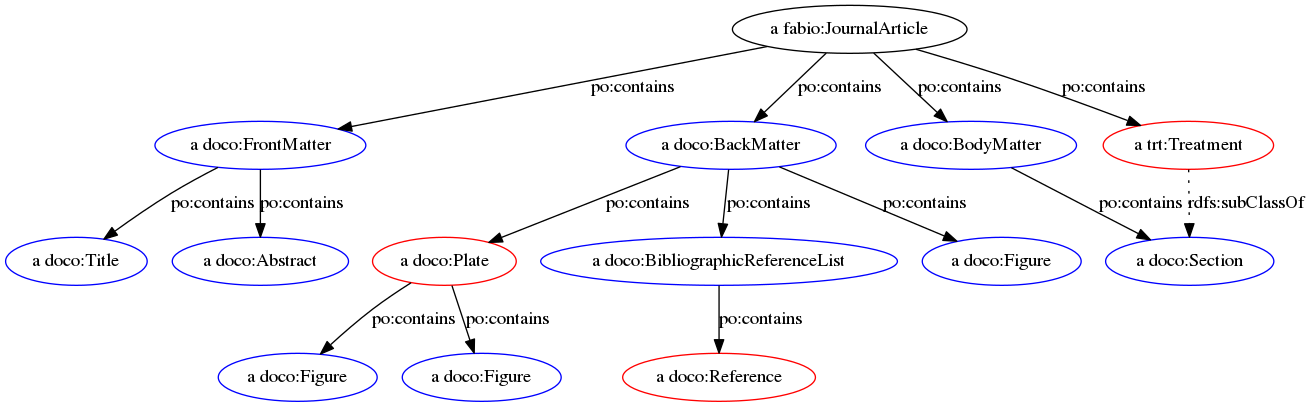
pensoft/OpenBiodiv keeps this Graphviz diagram as graphviz/article.png. Above is the earlier version. Its source is kept beside it as graphviz/article.gv.
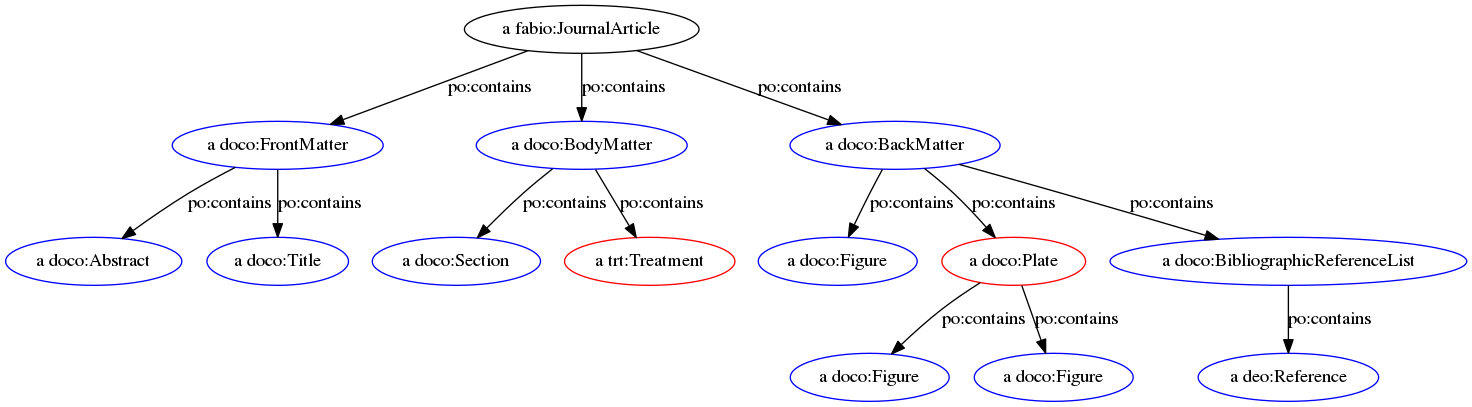
The same diagram one commit later.

Diff of the diagram source:
```diff
@@ -15,7 +15,7 @@
 abstract1[color=blue, label="a doco:Abstract"];
 title1[color=blue, label="a doco:Title"];
 reference_list1[color=blue, label="a doco:BibliographicReferenceList"];
-reference1[color=red, label="a doco:Reference"];
+reference1[color=blue, label="a deo:Reference"];
 section1[color=blue, label="a doco:Section"];
 
 treatment1 [color=red,label="a trt:Treatment"];
@@ -26,7 +26,8 @@
 
 article1 -> body_matter1 [label="po:contains"];
 body_matter1 -> section1 [label="po:contains"];
-treatment1 -> section1 [style=dotted, label="rdfs:subClassOf"];
+body_matter1 -> treatment1 [label="po:contains"];
+
 
 article1 -> back_matter1 [label="po:contains"];
 back_matter1 -> figure1[label="po:contains"];
@@ -36,7 +37,7 @@
 back_matter1 -> reference_list1[label="po:contains"];
 reference_list1 -> reference1 [label="po:contains"];
 
-		article1 -> treatment1 [label="po:contains"];
+
 
 
 }
```
